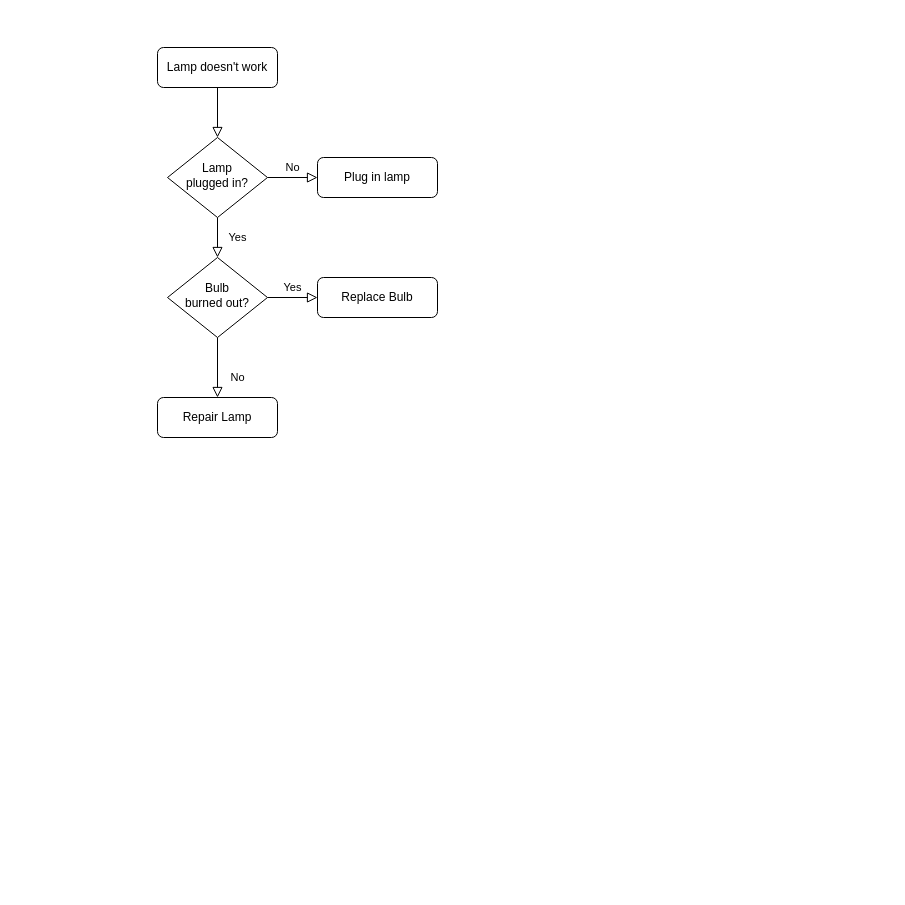
This is Untitled Diagram.drawio from vannszs/Zex, a draw.io file, before an edit. Source tidied: cells renumbered, new cells numbered last; positions are measured from the earlier drawing's top-left corner, leaving out a move shared by most shapes. Both pictures are drawn from the tidied source at 100%, with x=0, y=0 at pixel (157, 47).
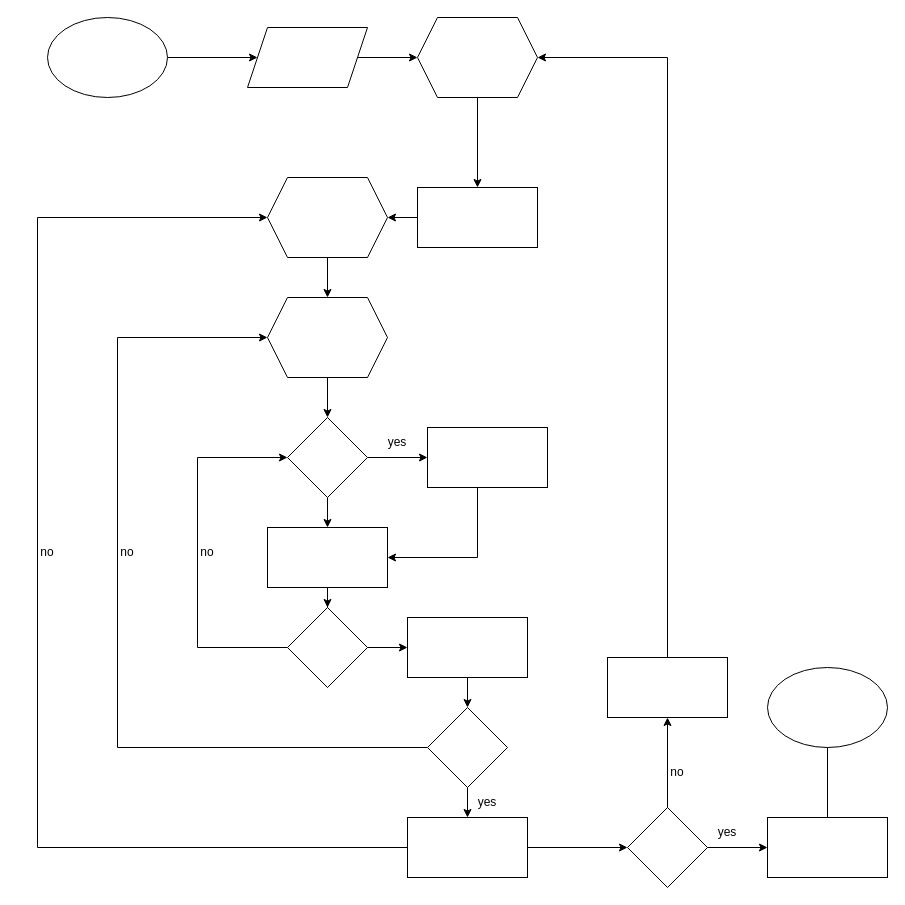
After the change.

The edit, as a diff of the source:
```diff
@@
-    <mxCell id="2" style="rounded=0;html=1;jettySize=auto;fontSize=11;endArrow=block;endFill=0;endSize=8;strokeWidth=1;shadow=0;labelBackgroundColor=none;edgeStyle=orthogonalEdgeStyle;" parent="1" edge="1" source="3" target="6">
-      <mxGeometry relative="1" as="geometry" />
-    </mxCell>
-    <mxCell id="3" value="Lamp doesn't work" style="rounded=1;whiteSpace=wrap;html=1;fontSize=12;glass=0;strokeWidth=1;shadow=0;" parent="1" vertex="1">
-      <mxGeometry width="120" height="40" as="geometry" />
-    </mxCell>
-    <mxCell id="4" value="Yes" style="rounded=0;html=1;jettySize=auto;fontSize=11;endArrow=block;endFill=0;endSize=8;strokeWidth=1;shadow=0;labelBackgroundColor=none;edgeStyle=orthogonalEdgeStyle;" parent="1" edge="1" source="6" target="10">
-      <mxGeometry y="20" relative="1" as="geometry" />
-    </mxCell>
-    <mxCell id="5" value="No" style="edgeStyle=orthogonalEdgeStyle;rounded=0;html=1;jettySize=auto;fontSize=11;endArrow=block;endFill=0;endSize=8;strokeWidth=1;shadow=0;labelBackgroundColor=none;" parent="1" edge="1" source="6" target="7">
-      <mxGeometry y="10" relative="1" as="geometry" />
-    </mxCell>
-    <mxCell id="6" value="Lamp&lt;br&gt;plugged in?" style="rhombus;whiteSpace=wrap;html=1;shadow=0;fontFamily=Helvetica;fontSize=12;align=center;strokeWidth=1;spacing=6;spacingTop=-4;" parent="1" vertex="1">
-      <mxGeometry x="10" y="90" width="100" height="80" as="geometry" />
-    </mxCell>
-    <mxCell id="7" value="Plug in lamp" style="rounded=1;whiteSpace=wrap;html=1;fontSize=12;glass=0;strokeWidth=1;shadow=0;" parent="1" vertex="1">
-      <mxGeometry x="160" y="110" width="120" height="40" as="geometry" />
-    </mxCell>
-    <mxCell id="8" value="No" style="rounded=0;html=1;jettySize=auto;fontSize=11;endArrow=block;endFill=0;endSize=8;strokeWidth=1;shadow=0;labelBackgroundColor=none;edgeStyle=orthogonalEdgeStyle;" parent="1" edge="1" source="10" target="11">
-      <mxGeometry x="0.33" y="20" relative="1" as="geometry" />
-    </mxCell>
-    <mxCell id="9" value="Yes" style="edgeStyle=orthogonalEdgeStyle;rounded=0;html=1;jettySize=auto;fontSize=11;endArrow=block;endFill=0;endSize=8;strokeWidth=1;shadow=0;labelBackgroundColor=none;" parent="1" edge="1" source="10" target="12">
-      <mxGeometry y="10" relative="1" as="geometry" />
-    </mxCell>
-    <mxCell id="10" value="Bulb&lt;br&gt;burned out?" style="rhombus;whiteSpace=wrap;html=1;shadow=0;fontFamily=Helvetica;fontSize=12;align=center;strokeWidth=1;spacing=6;spacingTop=-4;" parent="1" vertex="1">
-      <mxGeometry x="10" y="210" width="100" height="80" as="geometry" />
-    </mxCell>
-    <mxCell id="11" value="Repair Lamp" style="rounded=1;whiteSpace=wrap;html=1;fontSize=12;glass=0;strokeWidth=1;shadow=0;" parent="1" vertex="1">
-      <mxGeometry y="350" width="120" height="40" as="geometry" />
-    </mxCell>
-    <mxCell id="12" value="Replace Bulb" style="rounded=1;whiteSpace=wrap;html=1;fontSize=12;glass=0;strokeWidth=1;shadow=0;" parent="1" vertex="1">
-      <mxGeometry x="160" y="230" width="120" height="40" as="geometry" />
-    </mxCell>
+    <mxCell id="13" style="edgeStyle=orthogonalEdgeStyle;rounded=0;jettySize=auto;html=1;" parent="1" edge="1" source="14" target="16">
+      <mxGeometry relative="1" as="geometry" />
+    </mxCell>
+    <mxCell id="14" style="ellipse;whiteSpace=wrap;html=1;" parent="1" vertex="1">
+      <mxGeometry x="-110" y="-30" width="120" height="80" as="geometry" />
+    </mxCell>
+    <mxCell id="15" style="edgeStyle=orthogonalEdgeStyle;rounded=0;jettySize=auto;html=1;" parent="1" edge="1" source="16" target="18">
+      <mxGeometry relative="1" as="geometry" />
+    </mxCell>
+    <mxCell id="16" style="shape=parallelogram;perimeter=parallelogramPerimeter;whiteSpace=wrap;html=1;fixedSize=1;" parent="1" vertex="1">
+      <mxGeometry x="90" y="-20" width="120" height="60" as="geometry" />
+    </mxCell>
+    <mxCell id="17" style="edgeStyle=orthogonalEdgeStyle;rounded=0;jettySize=auto;html=1;" parent="1" edge="1" source="18" target="20">
+      <mxGeometry relative="1" as="geometry" />
+    </mxCell>
+    <mxCell id="18" style="shape=hexagon;perimeter=hexagonPerimeter2;whiteSpace=wrap;html=1;fixedSize=1;" parent="1" vertex="1">
+      <mxGeometry x="260" y="-30" width="120" height="80" as="geometry" />
+    </mxCell>
+    <mxCell id="19" style="edgeStyle=orthogonalEdgeStyle;rounded=0;jettySize=auto;html=1;" parent="1" edge="1" source="20" target="22">
+      <mxGeometry relative="1" as="geometry" />
+    </mxCell>
+    <mxCell id="20" style="whiteSpace=wrap;html=1;" parent="1" vertex="1">
+      <mxGeometry x="260" y="140" width="120" height="60" as="geometry" />
+    </mxCell>
+    <mxCell id="21" style="edgeStyle=orthogonalEdgeStyle;rounded=0;jettySize=auto;html=1;" parent="1" edge="1" source="22" target="24">
+      <mxGeometry relative="1" as="geometry" />
+    </mxCell>
+    <mxCell id="22" style="shape=hexagon;perimeter=hexagonPerimeter2;whiteSpace=wrap;html=1;fixedSize=1;" parent="1" vertex="1">
+      <mxGeometry x="110" y="130" width="120" height="80" as="geometry" />
+    </mxCell>
+    <mxCell id="23" style="edgeStyle=orthogonalEdgeStyle;rounded=0;jettySize=auto;html=1;" parent="1" edge="1" source="24" target="27">
+      <mxGeometry relative="1" as="geometry" />
+    </mxCell>
+    <mxCell id="24" style="shape=hexagon;perimeter=hexagonPerimeter2;whiteSpace=wrap;html=1;fixedSize=1;" parent="1" vertex="1">
+      <mxGeometry x="110" y="250" width="120" height="80" as="geometry" />
+    </mxCell>
+    <mxCell id="25" style="edgeStyle=orthogonalEdgeStyle;rounded=0;jettySize=auto;html=1;" parent="1" edge="1" source="27" target="29">
+      <mxGeometry relative="1" as="geometry" />
+    </mxCell>
+    <mxCell id="26" style="edgeStyle=orthogonalEdgeStyle;rounded=0;jettySize=auto;html=1;" parent="1" edge="1" source="27" target="48">
+      <mxGeometry relative="1" as="geometry" />
+    </mxCell>
+    <mxCell id="27" style="rhombus;whiteSpace=wrap;html=1;" parent="1" vertex="1">
+      <mxGeometry x="130" y="370" width="80" height="80" as="geometry" />
+    </mxCell>
+    <mxCell id="28" style="edgeStyle=orthogonalEdgeStyle;rounded=0;jettySize=auto;html=1;" parent="1" edge="1" source="29" target="32">
+      <mxGeometry relative="1" as="geometry" />
+    </mxCell>
+    <mxCell id="29" style="whiteSpace=wrap;html=1;" parent="1" vertex="1">
+      <mxGeometry x="110" y="480" width="120" height="60" as="geometry" />
+    </mxCell>
+    <mxCell id="30" style="edgeStyle=orthogonalEdgeStyle;rounded=0;jettySize=auto;html=1;" parent="1" edge="1" source="32" target="34">
+      <mxGeometry relative="1" as="geometry" />
+    </mxCell>
+    <mxCell id="31" style="edgeStyle=orthogonalEdgeStyle;rounded=0;jettySize=auto;html=1;entryX=0;entryY=0.5;entryDx=0;entryDy=0;" parent="1" edge="1" source="32" target="27">
+      <mxGeometry relative="1" as="geometry">
+        <Array as="points">
+          <mxPoint x="40" y="600" />
+          <mxPoint x="40" y="410" />
+        </Array>
+      </mxGeometry>
+    </mxCell>
+    <mxCell id="32" style="rhombus;whiteSpace=wrap;html=1;" parent="1" vertex="1">
+      <mxGeometry x="130" y="560" width="80" height="80" as="geometry" />
+    </mxCell>
+    <mxCell id="33" style="edgeStyle=orthogonalEdgeStyle;rounded=0;jettySize=auto;html=1;" parent="1" edge="1" source="34" target="37">
+      <mxGeometry relative="1" as="geometry" />
+    </mxCell>
+    <mxCell id="34" style="whiteSpace=wrap;html=1;" parent="1" vertex="1">
+      <mxGeometry x="250" y="570" width="120" height="60" as="geometry" />
+    </mxCell>
+    <mxCell id="35" style="edgeStyle=orthogonalEdgeStyle;rounded=0;jettySize=auto;html=1;" parent="1" edge="1" source="37" target="40">
+      <mxGeometry relative="1" as="geometry" />
+    </mxCell>
+    <mxCell id="36" style="edgeStyle=orthogonalEdgeStyle;rounded=0;jettySize=auto;html=1;entryX=0;entryY=0.5;entryDx=0;entryDy=0;" parent="1" edge="1" source="37" target="24">
+      <mxGeometry relative="1" as="geometry">
+        <Array as="points">
+          <mxPoint x="-40" y="700" />
+          <mxPoint x="-40" y="290" />
+        </Array>
+      </mxGeometry>
+    </mxCell>
+    <mxCell id="37" style="rhombus;whiteSpace=wrap;html=1;" parent="1" vertex="1">
+      <mxGeometry x="270" y="660" width="80" height="80" as="geometry" />
+    </mxCell>
+    <mxCell id="38" style="edgeStyle=orthogonalEdgeStyle;rounded=0;jettySize=auto;html=1;" parent="1" edge="1" source="40" target="43">
+      <mxGeometry relative="1" as="geometry" />
+    </mxCell>
+    <mxCell id="39" style="edgeStyle=orthogonalEdgeStyle;rounded=0;jettySize=auto;html=1;entryX=0;entryY=0.5;entryDx=0;entryDy=0;" parent="1" edge="1" source="40" target="22">
+      <mxGeometry relative="1" as="geometry">
+        <Array as="points">
+          <mxPoint x="-120" y="800" />
+          <mxPoint x="-120" y="170" />
+        </Array>
+      </mxGeometry>
+    </mxCell>
+    <mxCell id="40" style="whiteSpace=wrap;html=1;" parent="1" vertex="1">
+      <mxGeometry x="250" y="770" width="120" height="60" as="geometry" />
+    </mxCell>
+    <mxCell id="41" style="edgeStyle=orthogonalEdgeStyle;rounded=0;jettySize=auto;html=1;" parent="1" edge="1" source="43" target="45">
+      <mxGeometry relative="1" as="geometry" />
+    </mxCell>
+    <mxCell id="42" style="edgeStyle=orthogonalEdgeStyle;rounded=0;jettySize=auto;html=1;" parent="1" edge="1" source="43" target="55">
+      <mxGeometry relative="1" as="geometry" />
+    </mxCell>
+    <mxCell id="43" style="rhombus;whiteSpace=wrap;html=1;" parent="1" vertex="1">
+      <mxGeometry x="470" y="760" width="80" height="80" as="geometry" />
+    </mxCell>
+    <mxCell id="44" style="edgeStyle=orthogonalEdgeStyle;rounded=0;jettySize=auto;html=1;" parent="1" edge="1" source="45">
+      <mxGeometry relative="1" as="geometry">
+        <mxPoint x="670" y="690" as="targetPoint" />
+      </mxGeometry>
+    </mxCell>
+    <mxCell id="45" style="whiteSpace=wrap;html=1;" parent="1" vertex="1">
+      <mxGeometry x="610" y="770" width="120" height="60" as="geometry" />
+    </mxCell>
+    <mxCell id="46" style="ellipse;whiteSpace=wrap;html=1;" parent="1" vertex="1">
+      <mxGeometry x="610" y="620" width="120" height="80" as="geometry" />
+    </mxCell>
+    <mxCell id="47" style="edgeStyle=orthogonalEdgeStyle;rounded=0;jettySize=auto;html=1;entryX=1;entryY=0.5;entryDx=0;entryDy=0;" parent="1" edge="1" source="48" target="29">
+      <mxGeometry relative="1" as="geometry">
+        <Array as="points">
+          <mxPoint x="320" y="510" />
+        </Array>
+      </mxGeometry>
+    </mxCell>
+    <mxCell id="48" style="whiteSpace=wrap;html=1;" parent="1" vertex="1">
+      <mxGeometry x="270" y="380" width="120" height="60" as="geometry" />
+    </mxCell>
+    <mxCell id="49" value="yes" style="text;html=1;strokeColor=none;fillColor=none;align=center;verticalAlign=middle;whiteSpace=wrap;rounded=0;" parent="1" vertex="1">
+      <mxGeometry x="210" y="380" width="60" height="30" as="geometry" />
+    </mxCell>
+    <mxCell id="50" value="no" style="text;html=1;strokeColor=none;fillColor=none;align=center;verticalAlign=middle;whiteSpace=wrap;rounded=0;" parent="1" vertex="1">
+      <mxGeometry x="20" y="490" width="60" height="30" as="geometry" />
+    </mxCell>
+    <mxCell id="51" value="no" style="text;html=1;strokeColor=none;fillColor=none;align=center;verticalAlign=middle;whiteSpace=wrap;rounded=0;" parent="1" vertex="1">
+      <mxGeometry x="-60" y="490" width="60" height="30" as="geometry" />
+    </mxCell>
+    <mxCell id="52" value="no" style="text;html=1;strokeColor=none;fillColor=none;align=center;verticalAlign=middle;whiteSpace=wrap;rounded=0;" parent="1" vertex="1">
+      <mxGeometry x="-140" y="490" width="60" height="30" as="geometry" />
+    </mxCell>
+    <mxCell id="53" value="yes" style="text;html=1;strokeColor=none;fillColor=none;align=center;verticalAlign=middle;whiteSpace=wrap;rounded=0;" parent="1" vertex="1">
+      <mxGeometry x="300" y="740" width="60" height="30" as="geometry" />
+    </mxCell>
+    <mxCell id="54" style="edgeStyle=orthogonalEdgeStyle;rounded=0;jettySize=auto;html=1;entryX=1;entryY=0.5;entryDx=0;entryDy=0;" parent="1" edge="1" source="55" target="18">
+      <mxGeometry relative="1" as="geometry">
+        <Array as="points">
+          <mxPoint x="510" y="10" />
+        </Array>
+      </mxGeometry>
+    </mxCell>
+    <mxCell id="55" style="whiteSpace=wrap;html=1;" parent="1" vertex="1">
+      <mxGeometry x="450" y="610" width="120" height="60" as="geometry" />
+    </mxCell>
+    <mxCell id="56" value="no" style="text;html=1;strokeColor=none;fillColor=none;align=center;verticalAlign=middle;whiteSpace=wrap;rounded=0;" parent="1" vertex="1">
+      <mxGeometry x="490" y="710" width="60" height="30" as="geometry" />
+    </mxCell>
+    <mxCell id="57" value="yes" style="text;html=1;strokeColor=none;fillColor=none;align=center;verticalAlign=middle;whiteSpace=wrap;rounded=0;" parent="1" vertex="1">
+      <mxGeometry x="540" y="770" width="60" height="30" as="geometry" />
+    </mxCell>
```
